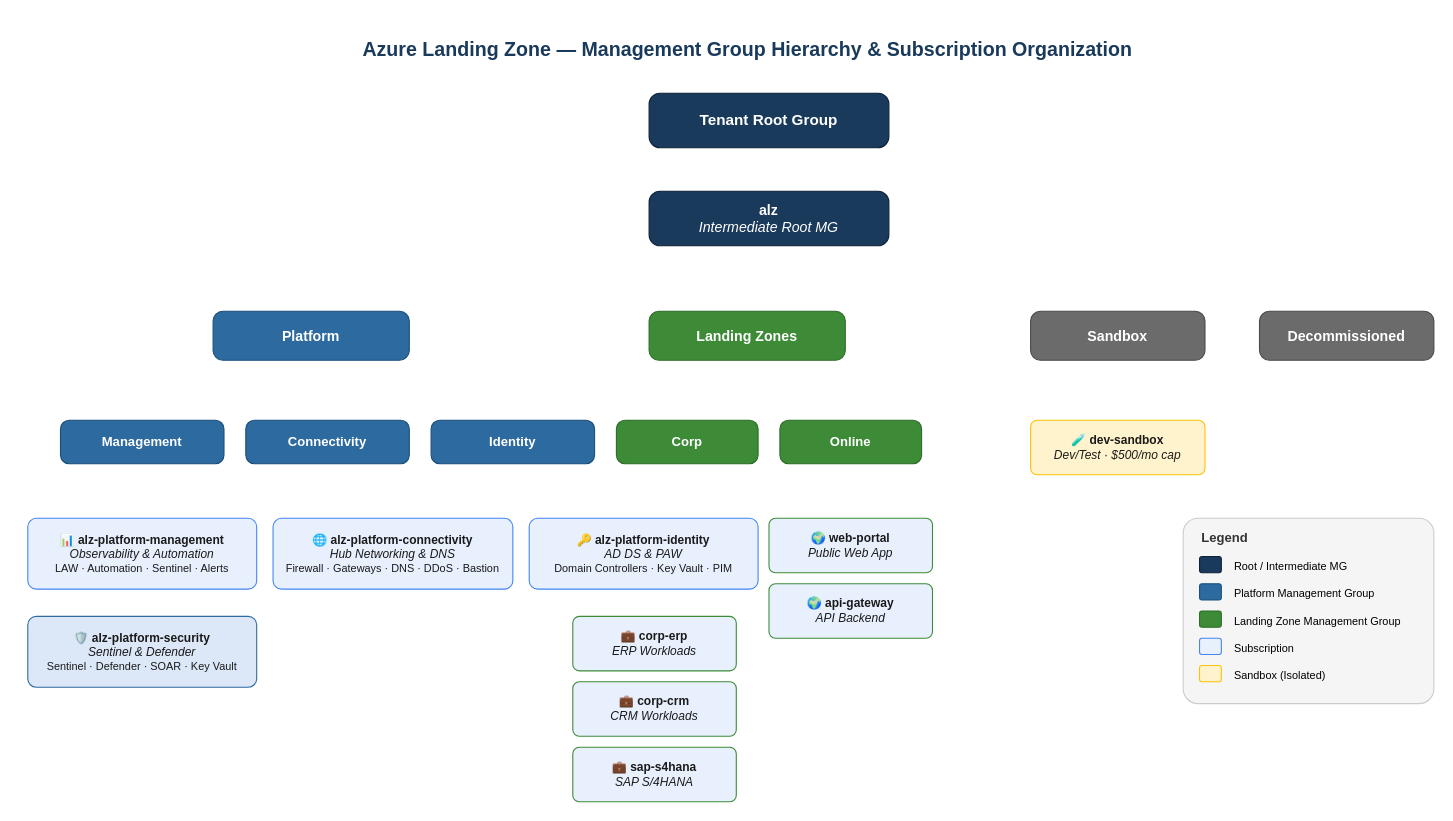
The draw.io diagram docs/diagrams/01-management-group-hierarchy.drawio in MaRekGroup/agentic-alz-accelerator, before the edit. Source tidied: cells renumbered, new cells numbered last; positions are measured from the earlier drawing's top-left corner, leaving out a move shared by most shapes. Both pictures are drawn from the tidied source at 109%, with x=0, y=0 at pixel (27, 27).
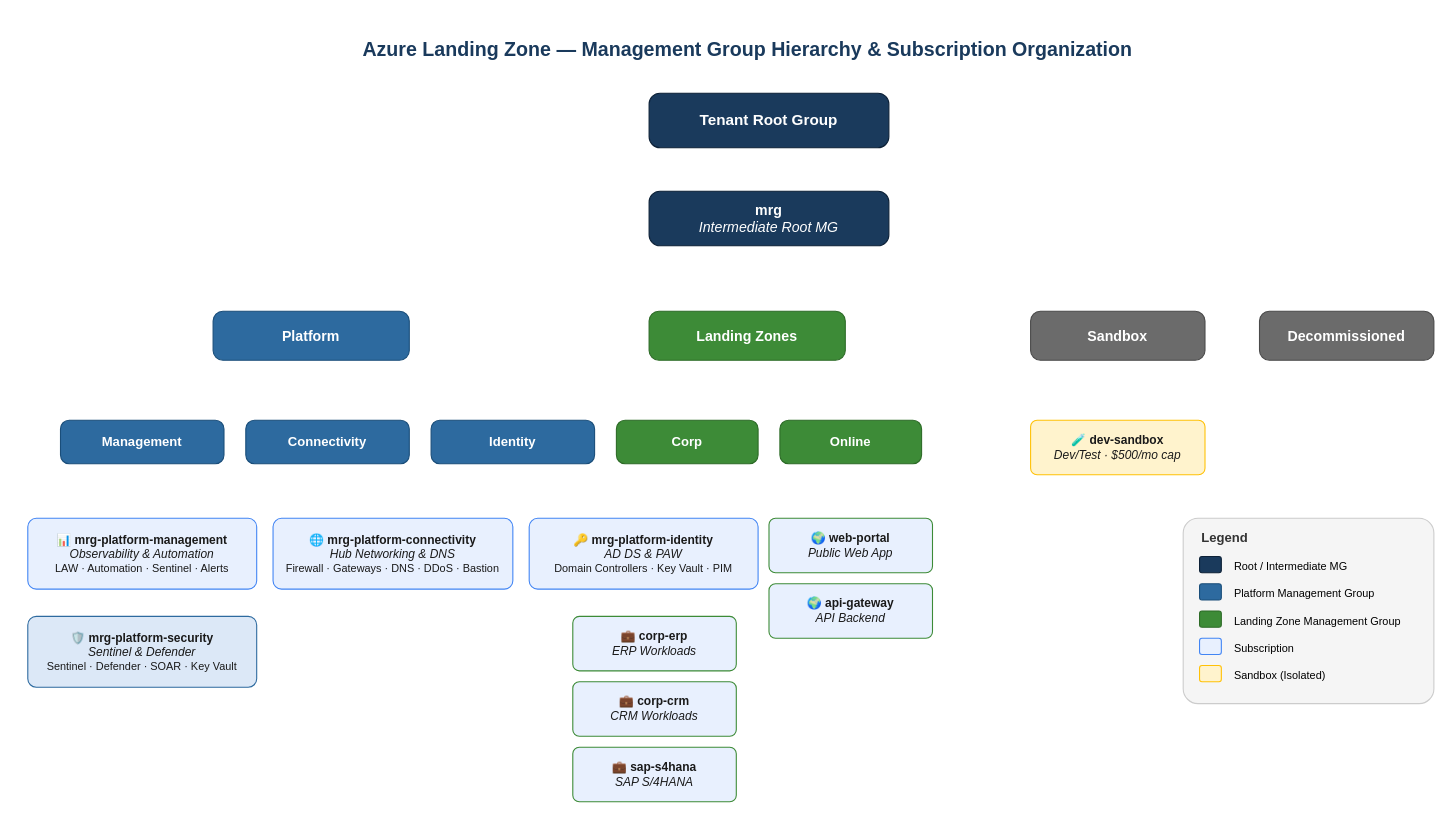
Above is the later version.

Change to the diagram source:
```diff
@@
-    <mxCell id="24" value="&lt;b&gt;alz&lt;/b&gt;&lt;br&gt;&lt;i&gt;Intermediate Root MG&lt;/i&gt;" style="rounded=1;whiteSpace=wrap;html=1;fillColor=#1a3a5c;fontColor=#ffffff;strokeColor=#0d2137;fontSize=13;arcSize=20;" parent="1" vertex="1">
+    <mxCell id="24" value="&lt;b&gt;mrg&lt;/b&gt;&lt;br&gt;&lt;i&gt;Intermediate Root MG&lt;/i&gt;" style="rounded=1;whiteSpace=wrap;html=1;fillColor=#1a3a5c;fontColor=#ffffff;strokeColor=#0d2137;fontSize=13;arcSize=20;" parent="1" vertex="1">
       <mxGeometry x="570" y="150" width="220" height="50" as="geometry" />
     </mxCell>
@@
-    <mxCell id="34" value="📊 &lt;b&gt;alz-platform-management&lt;/b&gt;&lt;br&gt;&lt;i&gt;Observability &amp; Automation&lt;/i&gt;&lt;br&gt;&lt;font style=&quot;font-size:10px&quot;&gt;LAW · Automation · Sentinel · Alerts&lt;/font&gt;" style="rounded=1;whiteSpace=wrap;html=1;fillColor=#e8f0fe;fontColor=#1a1a1a;strokeColor=#4285f4;fontSize=11;arcSize=12;" parent="1" vertex="1">
+    <mxCell id="34" value="📊 &lt;b&gt;mrg-platform-management&lt;/b&gt;&lt;br&gt;&lt;i&gt;Observability &amp; Automation&lt;/i&gt;&lt;br&gt;&lt;font style=&quot;font-size:10px&quot;&gt;LAW · Automation · Sentinel · Alerts&lt;/font&gt;" style="rounded=1;whiteSpace=wrap;html=1;fillColor=#e8f0fe;fontColor=#1a1a1a;strokeColor=#4285f4;fontSize=11;arcSize=12;" parent="1" vertex="1">
       <mxGeometry y="450" width="210" height="65" as="geometry" />
     </mxCell>
-    <mxCell id="35" value="🌐 &lt;b&gt;alz-platform-connectivity&lt;/b&gt;&lt;br&gt;&lt;i&gt;Hub Networking &amp; DNS&lt;/i&gt;&lt;br&gt;&lt;font style=&quot;font-size:10px&quot;&gt;Firewall · Gateways · DNS · DDoS · Bastion&lt;/font&gt;" style="rounded=1;whiteSpace=wrap;html=1;fillColor=#e8f0fe;fontColor=#1a1a1a;strokeColor=#4285f4;fontSize=11;arcSize=12;" parent="1" vertex="1">
+    <mxCell id="35" value="🌐 &lt;b&gt;mrg-platform-connectivity&lt;/b&gt;&lt;br&gt;&lt;i&gt;Hub Networking &amp; DNS&lt;/i&gt;&lt;br&gt;&lt;font style=&quot;font-size:10px&quot;&gt;Firewall · Gateways · DNS · DDoS · Bastion&lt;/font&gt;" style="rounded=1;whiteSpace=wrap;html=1;fillColor=#e8f0fe;fontColor=#1a1a1a;strokeColor=#4285f4;fontSize=11;arcSize=12;" parent="1" vertex="1">
       <mxGeometry x="225" y="450" width="220" height="65" as="geometry" />
     </mxCell>
-    <mxCell id="36" value="🔑 &lt;b&gt;alz-platform-identity&lt;/b&gt;&lt;br&gt;&lt;i&gt;AD DS &amp; PAW&lt;/i&gt;&lt;br&gt;&lt;font style=&quot;font-size:10px&quot;&gt;Domain Controllers · Key Vault · PIM&lt;/font&gt;" style="rounded=1;whiteSpace=wrap;html=1;fillColor=#e8f0fe;fontColor=#1a1a1a;strokeColor=#4285f4;fontSize=11;arcSize=12;" parent="1" vertex="1">
+    <mxCell id="36" value="🔑 &lt;b&gt;mrg-platform-identity&lt;/b&gt;&lt;br&gt;&lt;i&gt;AD DS &amp; PAW&lt;/i&gt;&lt;br&gt;&lt;font style=&quot;font-size:10px&quot;&gt;Domain Controllers · Key Vault · PIM&lt;/font&gt;" style="rounded=1;whiteSpace=wrap;html=1;fillColor=#e8f0fe;fontColor=#1a1a1a;strokeColor=#4285f4;fontSize=11;arcSize=12;" parent="1" vertex="1">
       <mxGeometry x="460" y="450" width="210" height="65" as="geometry" />
     </mxCell>
-    <mxCell id="37" value="🛡️ &lt;b&gt;alz-platform-security&lt;/b&gt;&lt;br&gt;&lt;i&gt;Sentinel &amp; Defender&lt;/i&gt;&lt;br&gt;&lt;font style=&quot;font-size:10px&quot;&gt;Sentinel · Defender · SOAR · Key Vault&lt;/font&gt;" style="rounded=1;whiteSpace=wrap;html=1;fillColor=#dce8f7;fontColor=#1a1a1a;strokeColor=#2d6a9f;fontSize=11;arcSize=12;" parent="1" vertex="1">
+    <mxCell id="37" value="🛡️ &lt;b&gt;mrg-platform-security&lt;/b&gt;&lt;br&gt;&lt;i&gt;Sentinel &amp; Defender&lt;/i&gt;&lt;br&gt;&lt;font style=&quot;font-size:10px&quot;&gt;Sentinel · Defender · SOAR · Key Vault&lt;/font&gt;" style="rounded=1;whiteSpace=wrap;html=1;fillColor=#dce8f7;fontColor=#1a1a1a;strokeColor=#2d6a9f;fontSize=11;arcSize=12;" parent="1" vertex="1">
       <mxGeometry y="540" width="210" height="65" as="geometry" />
     </mxCell>
```
